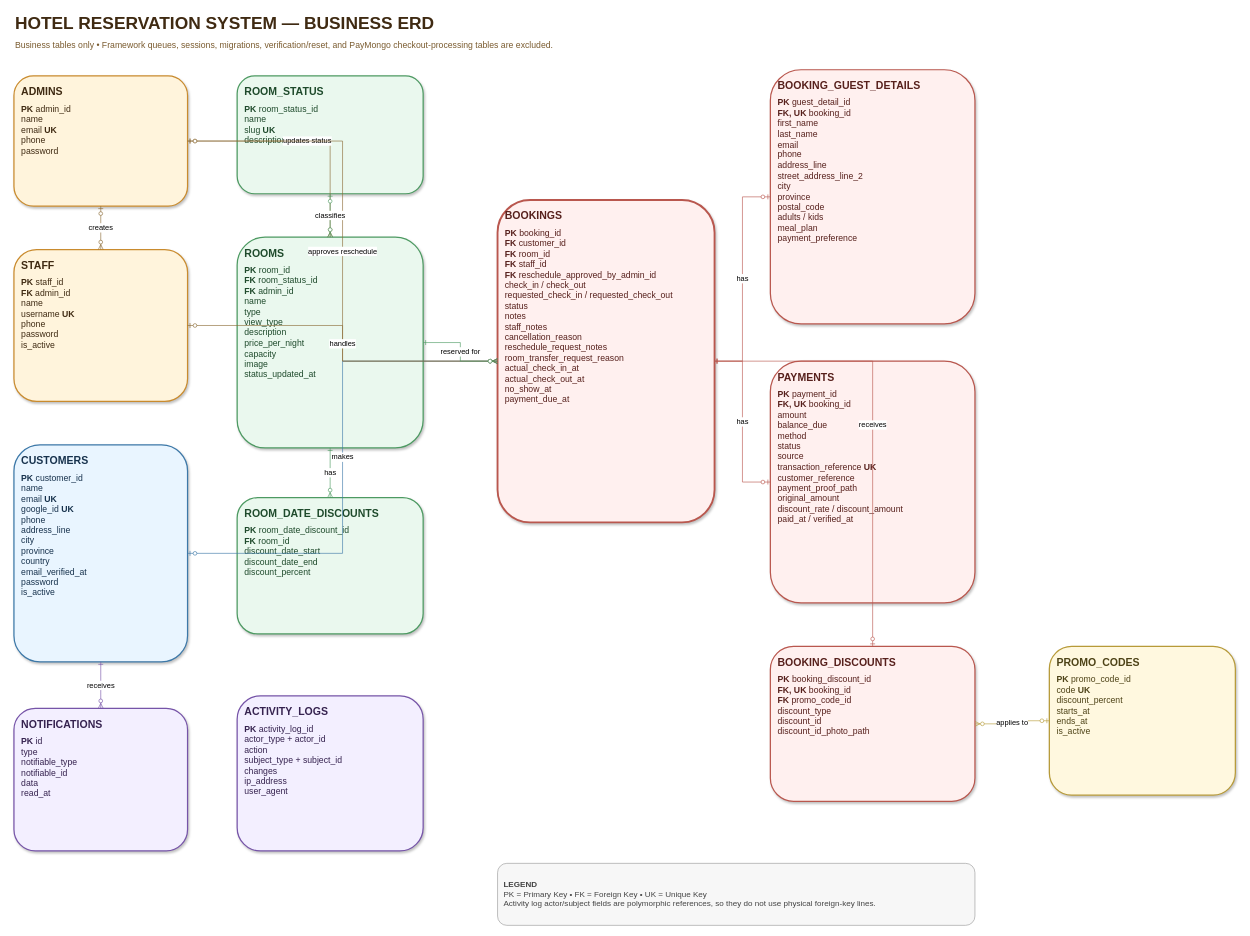
Before: erd.drawio in grandlionhotel52/GrandLionHotel, a draw.io diagram. Source tidied: cells renumbered, new cells numbered last; positions are measured from the earlier drawing's top-left corner, leaving out a move shared by most shapes. Both pictures are drawn from the tidied source at 62%, with x=0, y=0 at pixel (14, 11).
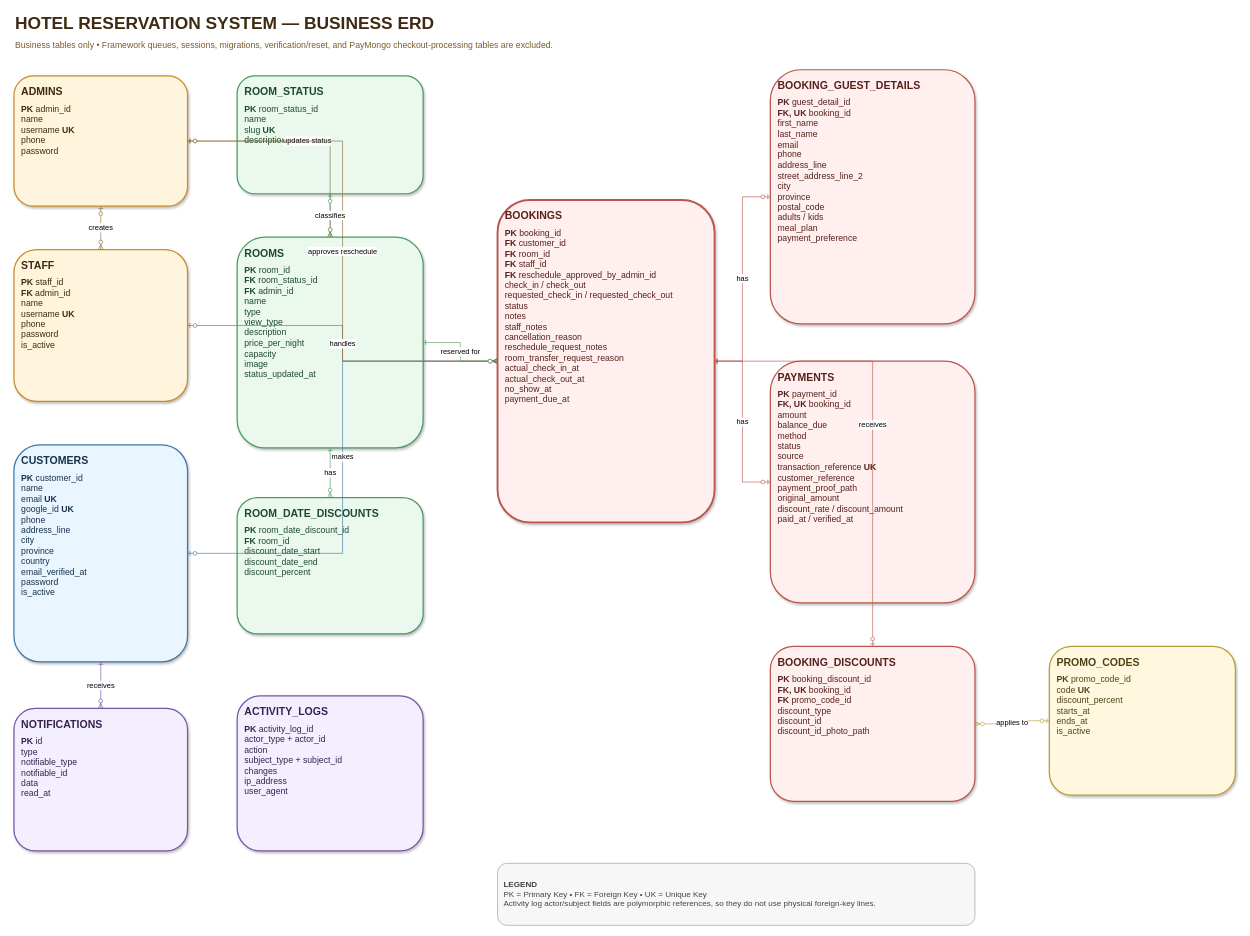
Above is the later version.

What changed in the source:
```diff
@@
-    <mxCell id="4" value="&lt;div style=&quot;font-size:17px;font-weight:700;margin-bottom:8px&quot;&gt;ADMINS&lt;/div&gt;&lt;b&gt;PK&lt;/b&gt; admin_id&lt;br&gt;name&lt;br&gt;email &lt;b&gt;UK&lt;/b&gt;&lt;br&gt;phone&lt;br&gt;password" style="rounded=1;whiteSpace=wrap;html=1;align=left;verticalAlign=top;spacing=12;fillColor=#fff4dc;strokeColor=#c98b2e;strokeWidth=2;fontColor=#3f2a12;fontSize=14;shadow=1;" parent="1" vertex="1">
+    <mxCell id="4" value="&lt;div style=&quot;font-size:17px;font-weight:700;margin-bottom:8px&quot;&gt;ADMINS&lt;/div&gt;&lt;b&gt;PK&lt;/b&gt; admin_id&lt;br&gt;name&lt;br&gt;username &lt;b&gt;UK&lt;/b&gt;&lt;br&gt;phone&lt;br&gt;password" style="rounded=1;whiteSpace=wrap;html=1;align=left;verticalAlign=top;spacing=12;fillColor=#fff4dc;strokeColor=#c98b2e;strokeWidth=2;fontColor=#3f2a12;fontSize=14;shadow=1;" parent="1" vertex="1">
       <mxGeometry y="105" width="280" height="210" as="geometry" />
     </mxCell>
```
